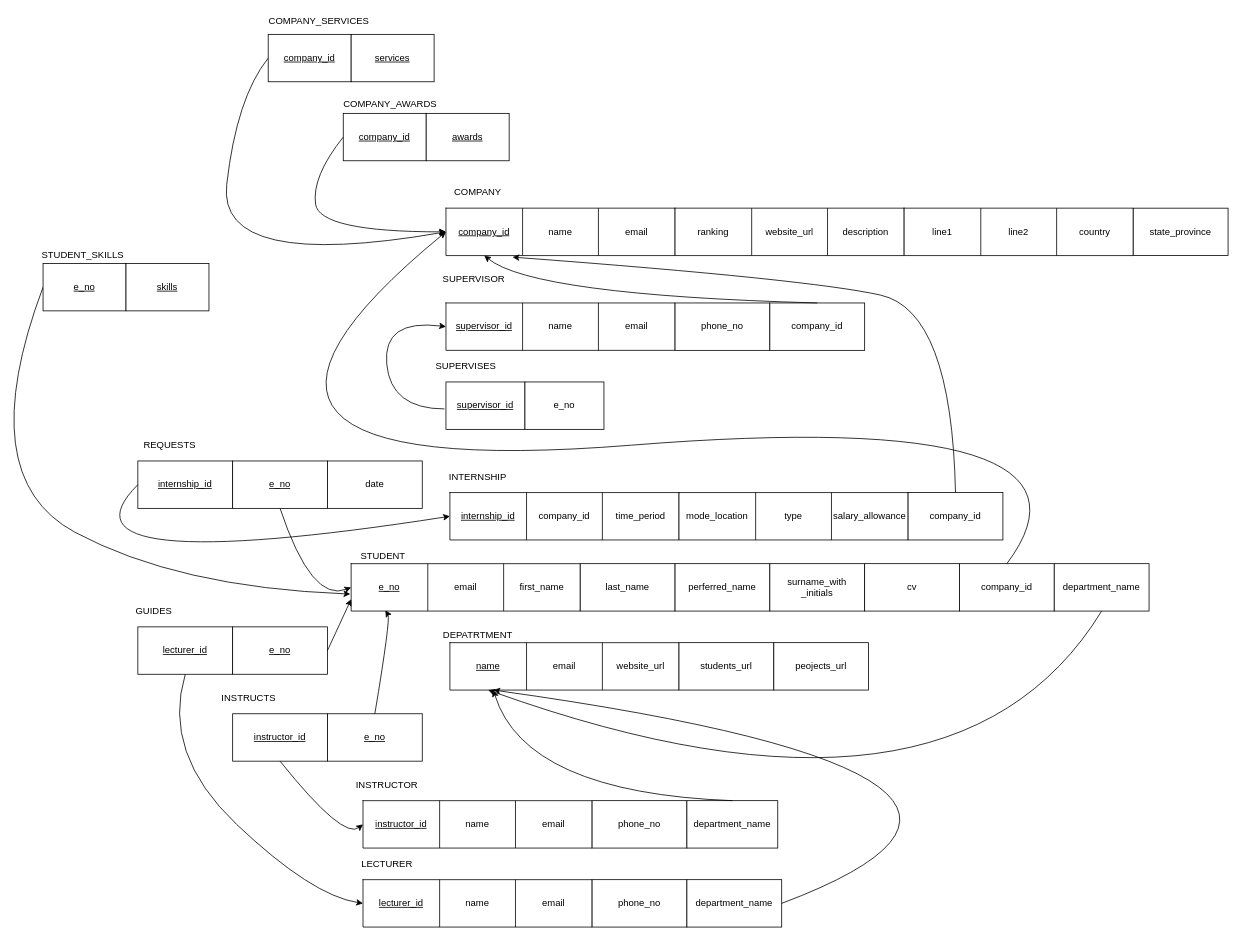
Before: ER Diagram/Relational_schema_diagram.drawio in ishanfdo18098/CO226-Database-Project, a draw.io diagram. Source tidied: cells renumbered, new cells numbered last; positions are measured from the earlier drawing's top-left corner, leaving out a move shared by most shapes. Both pictures are drawn from the tidied source at 79%, with x=0, y=0 at pixel (-28, 13).
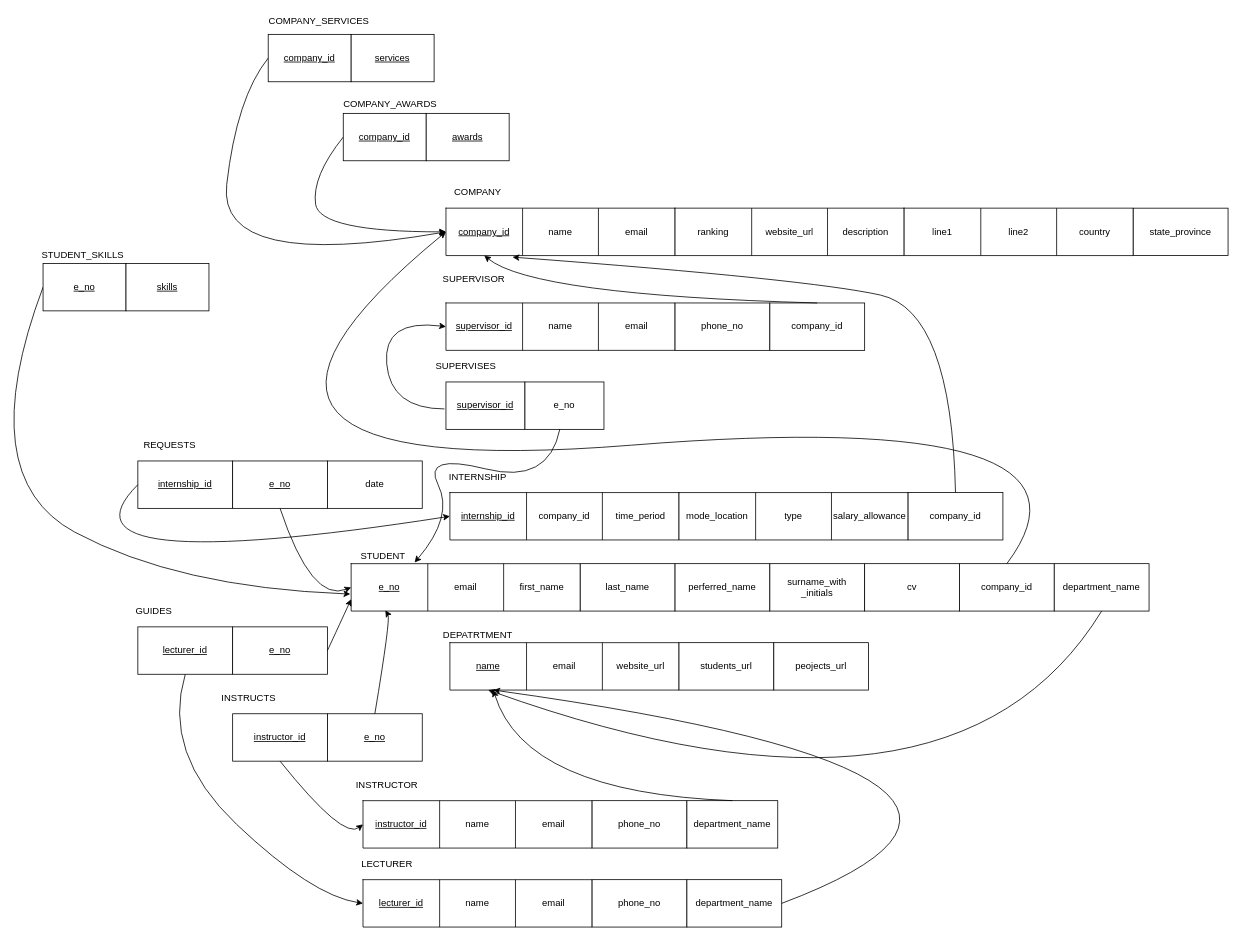
The same page after the edit.

Commit message:
Add missing arrow from supervises to student

The change refers to these unchanged cells:
```xml
<mxCell id="41" value="&lt;u&gt;e_no&lt;/u&gt;" style="shape=partialRectangle;html=1;whiteSpace=wrap;fillColor=none;top=0;left=0;bottom=0;right=0;overflow=hidden;" parent="40" vertex="1">
  <mxGeometry width="97" height="60" as="geometry" />
</mxCell>
<mxCell id="75" value="e_no" style="rounded=0;whiteSpace=wrap;html=1;" parent="1" vertex="1">
  <mxGeometry x="700" y="466" width="100" height="60" as="geometry" />
</mxCell>
```

What changed in the source:
```diff
@@
+    <mxCell id="116" style="curved=1;endArrow=classic;html=1;rounded=0;exitX=0.442;exitY=0.994;exitDx=0;exitDy=0;exitPerimeter=0;entryX=0.828;entryY=-0.024;entryDx=0;entryDy=0;entryPerimeter=0;" parent="1" edge="1" source="75" target="41">
+      <mxGeometry relative="1" as="geometry">
+        <Array as="points">
+          <mxPoint x="730" y="596" />
+          <mxPoint x="570" y="556" />
+          <mxPoint x="610" y="636" />
+        </Array>
+      </mxGeometry>
+    </mxCell>
```
